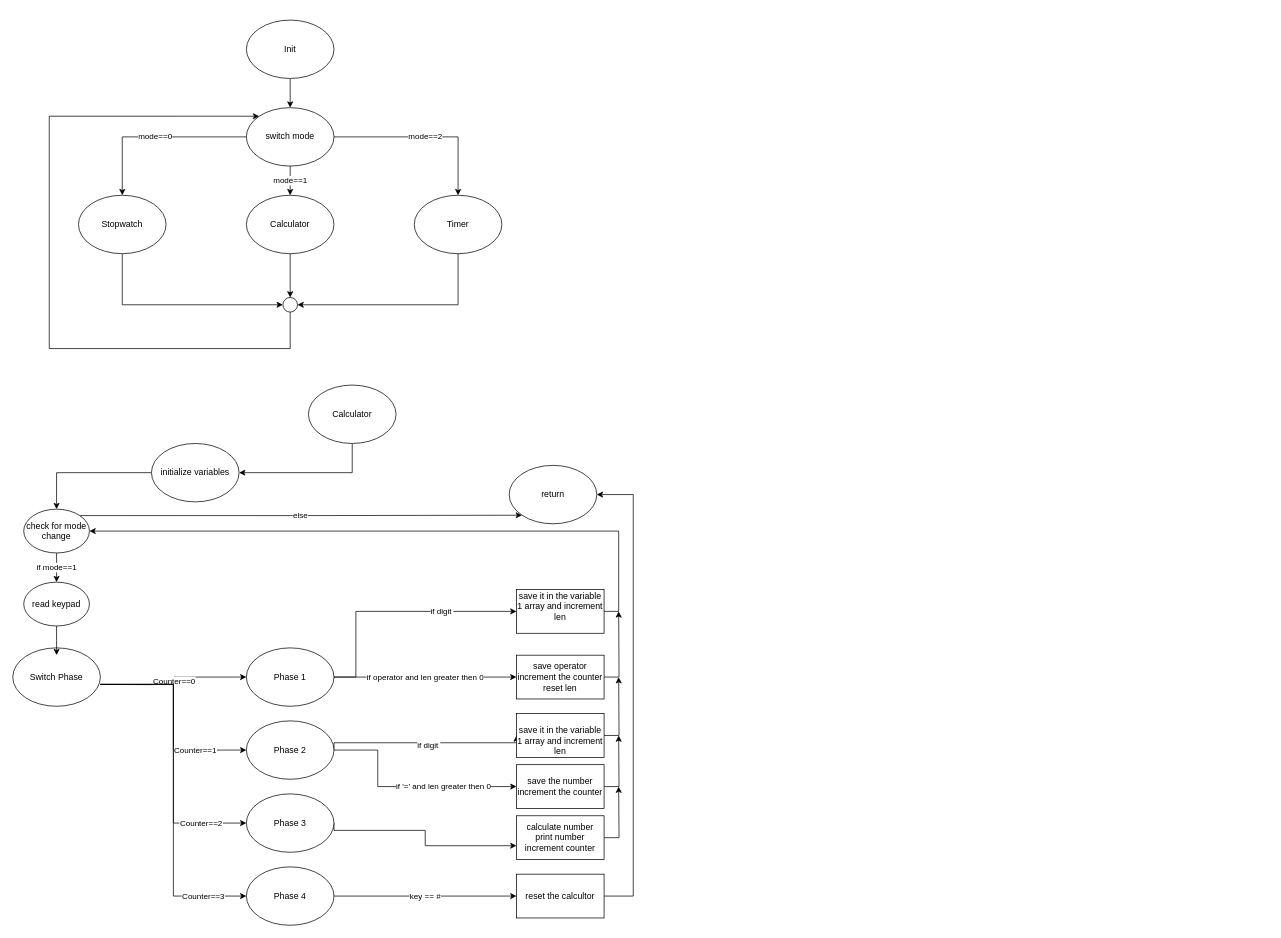
mourra950/Embedded-TivaC-Advanced-Calculator keeps this draw.io diagram as Untitled Diagram.drawio. Above is the earlier version. Source tidied: cells renumbered, new cells numbered last; positions are measured from the earlier drawing's top-left corner, leaving out a move shared by most shapes. Both pictures are drawn from the tidied source at 73%, with x=0, y=0 at pixel (12, 20).
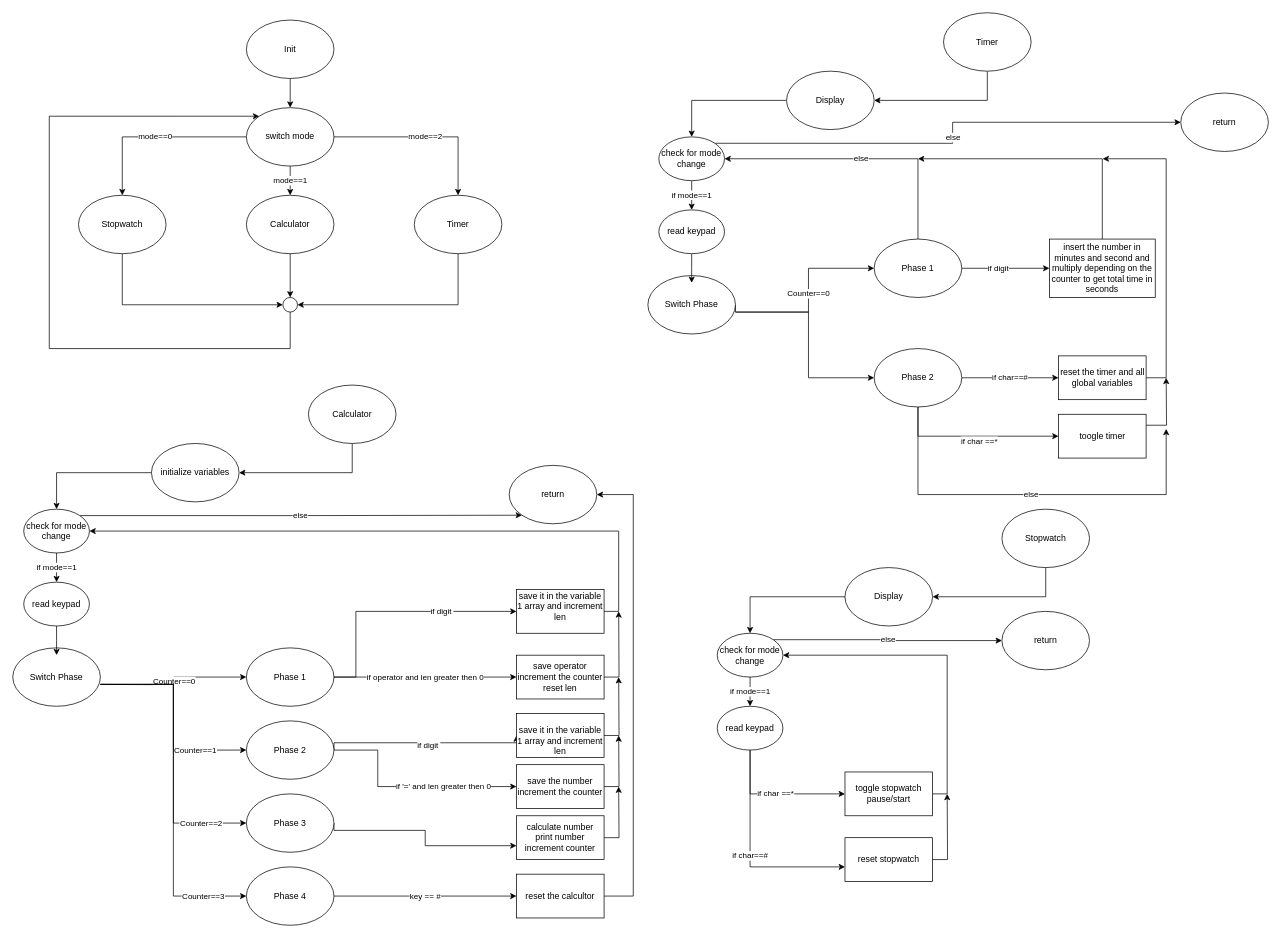
The same page after the edit.

What changed in the source:
```diff
@@
+    <mxCell id="53" style="edgeStyle=orthogonalEdgeStyle;rounded=0;jettySize=auto;html=1;exitX=0.5;exitY=1;exitDx=0;exitDy=0;entryX=1;entryY=0.5;entryDx=0;entryDy=0;" parent="1" edge="1" source="54" target="56">
+      <mxGeometry relative="1" as="geometry" />
+    </mxCell>
+    <mxCell id="54" value="Timer" style="ellipse;whiteSpace=wrap;html=1;" parent="1" vertex="1">
+      <mxGeometry x="1275" y="-10" width="120" height="80" as="geometry" />
+    </mxCell>
+    <mxCell id="55" style="edgeStyle=orthogonalEdgeStyle;rounded=0;jettySize=auto;html=1;exitX=0;exitY=0.5;exitDx=0;exitDy=0;" parent="1" edge="1" source="56" target="72">
+      <mxGeometry relative="1" as="geometry" />
+    </mxCell>
+    <mxCell id="56" value="Display" style="ellipse;whiteSpace=wrap;html=1;" parent="1" vertex="1">
+      <mxGeometry x="1060" y="70" width="120" height="80" as="geometry" />
+    </mxCell>
+    <mxCell id="57" value="Counter==0" style="edgeStyle=orthogonalEdgeStyle;rounded=0;jettySize=auto;html=1;exitX=1;exitY=0.5;exitDx=0;exitDy=0;entryX=0;entryY=0.5;entryDx=0;entryDy=0;" parent="1" edge="1" target="62">
+      <mxGeometry relative="1" as="geometry">
+        <mxPoint x="990" y="400" as="sourcePoint" />
+        <Array as="points">
+          <mxPoint x="1090" y="400" />
+          <mxPoint x="1090" y="340" />
+        </Array>
+      </mxGeometry>
+    </mxCell>
+    <mxCell id="58" style="edgeStyle=orthogonalEdgeStyle;rounded=0;jettySize=auto;html=1;exitX=1;exitY=0.5;exitDx=0;exitDy=0;entryX=0;entryY=0.5;entryDx=0;entryDy=0;" parent="1" edge="1" source="59" target="67">
+      <mxGeometry x="-0.07" y="10" relative="1" as="geometry">
+        <Array as="points">
+          <mxPoint x="990" y="400" />
+          <mxPoint x="1090" y="400" />
+          <mxPoint x="1090" y="490" />
+        </Array>
+        <mxPoint y="-1" as="offset" />
+      </mxGeometry>
+    </mxCell>
+    <mxCell id="59" value="Switch Phase" style="ellipse;whiteSpace=wrap;html=1;" parent="1" vertex="1">
+      <mxGeometry x="870" y="350" width="120" height="80" as="geometry" />
+    </mxCell>
+    <mxCell id="60" value="if digit" style="edgeStyle=orthogonalEdgeStyle;rounded=0;jettySize=auto;html=1;exitX=1;exitY=0.5;exitDx=0;exitDy=0;entryX=0;entryY=0.5;entryDx=0;entryDy=0;" parent="1" edge="1" source="62" target="75">
+      <mxGeometry x="-0.16" relative="1" as="geometry" />
+    </mxCell>
+    <mxCell id="61" value="else" style="edgeStyle=orthogonalEdgeStyle;rounded=0;jettySize=auto;html=1;exitX=0.5;exitY=0;exitDx=0;exitDy=0;entryX=1;entryY=0.5;entryDx=0;entryDy=0;" parent="1" edge="1" source="62" target="72">
+      <mxGeometry relative="1" as="geometry" />
+    </mxCell>
+    <mxCell id="62" value="Phase 1" style="ellipse;whiteSpace=wrap;html=1;" parent="1" vertex="1">
+      <mxGeometry x="1180" y="300" width="120" height="80" as="geometry" />
+    </mxCell>
+    <mxCell id="63" value="if char==#" style="edgeStyle=orthogonalEdgeStyle;rounded=0;jettySize=auto;html=1;exitX=1;exitY=0.5;exitDx=0;exitDy=0;" parent="1" edge="1" source="67" target="77">
+      <mxGeometry relative="1" as="geometry" />
+    </mxCell>
+    <mxCell id="64" style="edgeStyle=orthogonalEdgeStyle;rounded=0;jettySize=auto;html=1;exitX=0.5;exitY=1;exitDx=0;exitDy=0;entryX=0;entryY=0.5;entryDx=0;entryDy=0;" parent="1" edge="1" source="67" target="79">
+      <mxGeometry relative="1" as="geometry" />
+    </mxCell>
+    <mxCell id="65" value="if char ==*" style="edgeLabel;html=1;align=center;verticalAlign=middle;" parent="64" vertex="1">
+      <mxGeometry x="0.06" y="-6" relative="1" as="geometry" />
+    </mxCell>
+    <mxCell id="66" value="else" style="edgeStyle=orthogonalEdgeStyle;rounded=0;jettySize=auto;html=1;exitX=0.5;exitY=1;exitDx=0;exitDy=0;" parent="1" edge="1" source="67">
+      <mxGeometry relative="1" as="geometry">
+        <mxPoint x="1580" y="560" as="targetPoint" />
+        <Array as="points">
+          <mxPoint x="1240" y="650" />
+          <mxPoint x="1580" y="650" />
+        </Array>
+      </mxGeometry>
+    </mxCell>
+    <mxCell id="67" value="Phase 2" style="ellipse;whiteSpace=wrap;html=1;" parent="1" vertex="1">
+      <mxGeometry x="1180" y="450" width="120" height="80" as="geometry" />
+    </mxCell>
+    <mxCell id="68" style="edgeStyle=orthogonalEdgeStyle;rounded=0;jettySize=auto;html=1;exitX=0.5;exitY=1;exitDx=0;exitDy=0;entryX=0.5;entryY=0;entryDx=0;entryDy=0;" parent="1" edge="1" source="69">
+      <mxGeometry relative="1" as="geometry">
+        <mxPoint x="930" y="360" as="targetPoint" />
+      </mxGeometry>
+    </mxCell>
+    <mxCell id="69" value="read keypad" style="ellipse;whiteSpace=wrap;html=1;" parent="1" vertex="1">
+      <mxGeometry x="885" y="260" width="90" height="60" as="geometry" />
+    </mxCell>
+    <mxCell id="70" value="if mode==1" style="edgeStyle=orthogonalEdgeStyle;rounded=0;jettySize=auto;html=1;exitX=0.5;exitY=1;exitDx=0;exitDy=0;entryX=0.5;entryY=0;entryDx=0;entryDy=0;" parent="1" edge="1" source="72" target="69">
+      <mxGeometry relative="1" as="geometry" />
+    </mxCell>
+    <mxCell id="71" value="else" style="edgeStyle=orthogonalEdgeStyle;rounded=0;jettySize=auto;html=1;exitX=1;exitY=0;exitDx=0;exitDy=0;" parent="1" edge="1" source="72" target="73">
+      <mxGeometry relative="1" as="geometry" />
+    </mxCell>
+    <mxCell id="72" value="check for mode change" style="ellipse;whiteSpace=wrap;html=1;" parent="1" vertex="1">
+      <mxGeometry x="885" y="160" width="90" height="60" as="geometry" />
+    </mxCell>
+    <mxCell id="73" value="return" style="ellipse;whiteSpace=wrap;html=1;" parent="1" vertex="1">
+      <mxGeometry x="1600" y="100" width="120" height="80" as="geometry" />
+    </mxCell>
+    <mxCell id="74" style="edgeStyle=orthogonalEdgeStyle;rounded=0;jettySize=auto;html=1;exitX=0.5;exitY=0;exitDx=0;exitDy=0;" parent="1" edge="1" source="75">
+      <mxGeometry relative="1" as="geometry">
+        <mxPoint x="1240" y="190" as="targetPoint" />
+        <Array as="points">
+          <mxPoint x="1493" y="190" />
+        </Array>
+      </mxGeometry>
+    </mxCell>
+    <mxCell id="75" value="insert the number in minutes and second and multiply depending on the counter to get total time in seconds" style="rounded=0;whiteSpace=wrap;html=1;" parent="1" vertex="1">
+      <mxGeometry x="1420" y="300" width="145" height="80" as="geometry" />
+    </mxCell>
+    <mxCell id="76" style="edgeStyle=orthogonalEdgeStyle;rounded=0;jettySize=auto;html=1;exitX=1;exitY=0.5;exitDx=0;exitDy=0;" parent="1" edge="1" source="77">
+      <mxGeometry relative="1" as="geometry">
+        <mxPoint x="1493" y="190" as="targetPoint" />
+        <Array as="points">
+          <mxPoint x="1580" y="490" />
+          <mxPoint x="1580" y="190" />
+        </Array>
+      </mxGeometry>
+    </mxCell>
+    <mxCell id="77" value="reset the timer and all global variables" style="rounded=0;whiteSpace=wrap;html=1;" parent="1" vertex="1">
+      <mxGeometry x="1432.5" y="460" width="120" height="60" as="geometry" />
+    </mxCell>
+    <mxCell id="78" style="edgeStyle=orthogonalEdgeStyle;rounded=0;jettySize=auto;html=1;exitX=1;exitY=0.25;exitDx=0;exitDy=0;" parent="1" edge="1" source="79">
+      <mxGeometry relative="1" as="geometry">
+        <mxPoint x="1580" y="490" as="targetPoint" />
+      </mxGeometry>
+    </mxCell>
+    <mxCell id="79" value="toogle timer" style="rounded=0;whiteSpace=wrap;html=1;" parent="1" vertex="1">
+      <mxGeometry x="1432.5" y="540" width="120" height="60" as="geometry" />
+    </mxCell>
+    <mxCell id="80" style="edgeStyle=orthogonalEdgeStyle;rounded=0;jettySize=auto;html=1;exitX=0.5;exitY=1;exitDx=0;exitDy=0;entryX=1;entryY=0.5;entryDx=0;entryDy=0;" parent="1" edge="1" source="81" target="83">
+      <mxGeometry relative="1" as="geometry" />
+    </mxCell>
+    <mxCell id="81" value="Stopwatch" style="ellipse;whiteSpace=wrap;html=1;" parent="1" vertex="1">
+      <mxGeometry x="1355" y="670" width="120" height="80" as="geometry" />
+    </mxCell>
+    <mxCell id="82" style="edgeStyle=orthogonalEdgeStyle;rounded=0;jettySize=auto;html=1;exitX=0;exitY=0.5;exitDx=0;exitDy=0;" parent="1" edge="1" source="83" target="89">
+      <mxGeometry relative="1" as="geometry" />
+    </mxCell>
+    <mxCell id="83" value="Display" style="ellipse;whiteSpace=wrap;html=1;" parent="1" vertex="1">
+      <mxGeometry x="1140" y="750" width="120" height="80" as="geometry" />
+    </mxCell>
+    <mxCell id="84" value="if char ==*" style="edgeStyle=orthogonalEdgeStyle;rounded=0;jettySize=auto;html=1;exitX=0.5;exitY=1;exitDx=0;exitDy=0;entryX=0;entryY=0.5;entryDx=0;entryDy=0;" parent="1" edge="1" source="86" target="92">
+      <mxGeometry relative="1" as="geometry" />
+    </mxCell>
+    <mxCell id="85" value="if char==#" style="edgeStyle=orthogonalEdgeStyle;rounded=0;jettySize=auto;html=1;exitX=0.5;exitY=1;exitDx=0;exitDy=0;" parent="1" edge="1" source="86" target="94">
+      <mxGeometry relative="1" as="geometry">
+        <Array as="points">
+          <mxPoint x="1010" y="1160" />
+        </Array>
+      </mxGeometry>
+    </mxCell>
+    <mxCell id="86" value="read keypad" style="ellipse;whiteSpace=wrap;html=1;" parent="1" vertex="1">
+      <mxGeometry x="965" y="940" width="90" height="60" as="geometry" />
+    </mxCell>
+    <mxCell id="87" value="if mode==1" style="edgeStyle=orthogonalEdgeStyle;rounded=0;jettySize=auto;html=1;exitX=0.5;exitY=1;exitDx=0;exitDy=0;entryX=0.5;entryY=0;entryDx=0;entryDy=0;" parent="1" edge="1" source="89" target="86">
+      <mxGeometry relative="1" as="geometry" />
+    </mxCell>
+    <mxCell id="88" value="else" style="edgeStyle=orthogonalEdgeStyle;rounded=0;jettySize=auto;html=1;exitX=1;exitY=0;exitDx=0;exitDy=0;" parent="1" edge="1" source="89" target="90">
+      <mxGeometry relative="1" as="geometry" />
+    </mxCell>
+    <mxCell id="89" value="check for mode change" style="ellipse;whiteSpace=wrap;html=1;" parent="1" vertex="1">
+      <mxGeometry x="965" y="840" width="90" height="60" as="geometry" />
+    </mxCell>
+    <mxCell id="90" value="return" style="ellipse;whiteSpace=wrap;html=1;" parent="1" vertex="1">
+      <mxGeometry x="1355" y="810" width="120" height="80" as="geometry" />
+    </mxCell>
+    <mxCell id="91" style="edgeStyle=orthogonalEdgeStyle;rounded=0;jettySize=auto;html=1;exitX=1;exitY=0.5;exitDx=0;exitDy=0;entryX=1;entryY=0.5;entryDx=0;entryDy=0;" parent="1" edge="1" source="92" target="89">
+      <mxGeometry relative="1" as="geometry" />
+    </mxCell>
+    <mxCell id="92" value="toggle stopwatch&lt;br&gt;pause/start" style="rounded=0;whiteSpace=wrap;html=1;" parent="1" vertex="1">
+      <mxGeometry x="1140" y="1030" width="120" height="60" as="geometry" />
+    </mxCell>
+    <mxCell id="93" style="edgeStyle=orthogonalEdgeStyle;rounded=0;jettySize=auto;html=1;exitX=1;exitY=0.5;exitDx=0;exitDy=0;" parent="1" edge="1" source="94">
+      <mxGeometry relative="1" as="geometry">
+        <mxPoint x="1280" y="1060" as="targetPoint" />
+      </mxGeometry>
+    </mxCell>
+    <mxCell id="94" value="reset stopwatch" style="rounded=0;whiteSpace=wrap;html=1;" parent="1" vertex="1">
+      <mxGeometry x="1140" y="1120" width="120" height="60" as="geometry" />
+    </mxCell>
```
